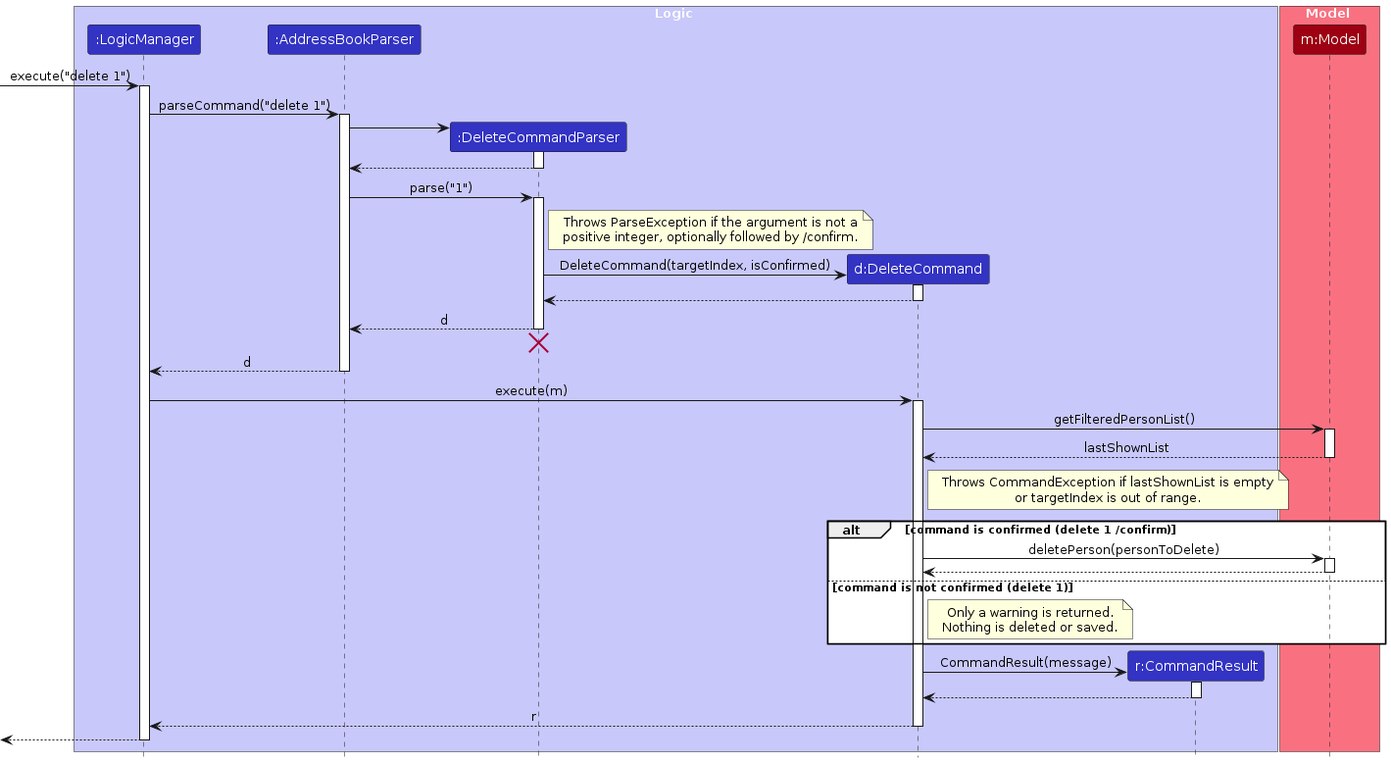
Earlier version of the PlantUML export diagrams/DeleteSequenceDiagram.png (AY2627S1-CS2103T-T08-1/tp). Its source is kept beside it as diagrams/DeleteSequenceDiagram.puml.
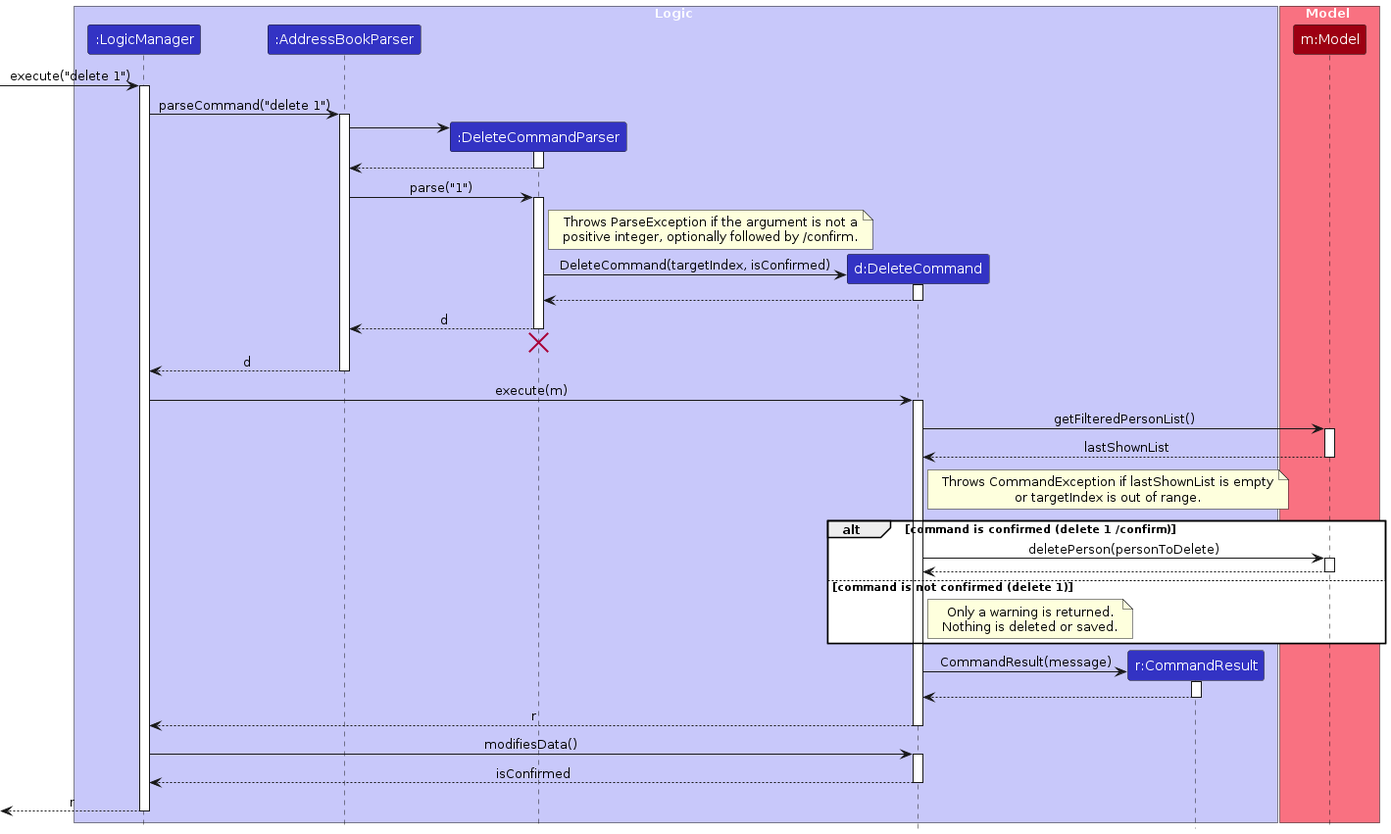
Later version of the same file.

Diff of the diagram source:
```diff
@@ -87,6 +87,12 @@
 DeleteCommand --> LogicManager : r
 deactivate DeleteCommand
 
-[<--LogicManager
+LogicManager -> DeleteCommand : modifiesData()
+activate DeleteCommand
+
+DeleteCommand --> LogicManager : isConfirmed
+deactivate DeleteCommand
+
+[<-- LogicManager : r
 deactivate LogicManager
 @enduml
```
